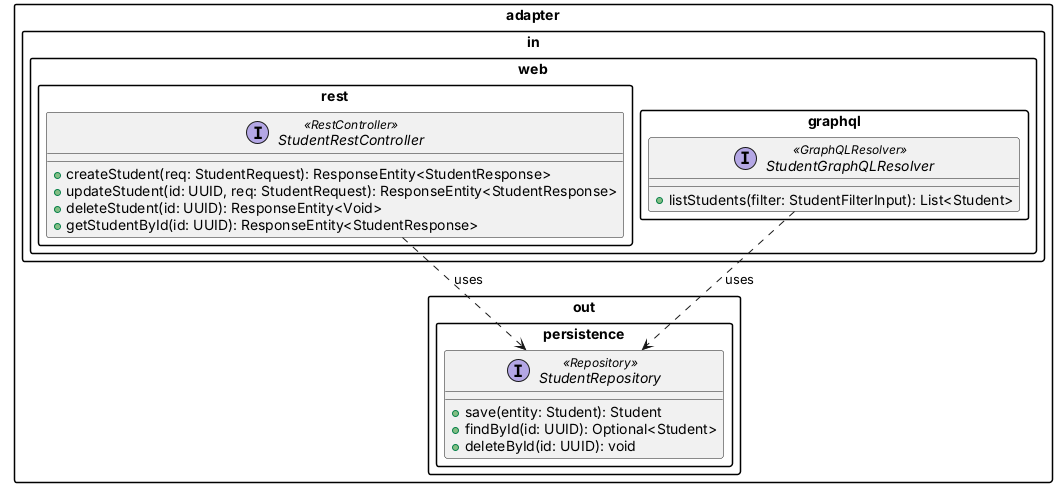
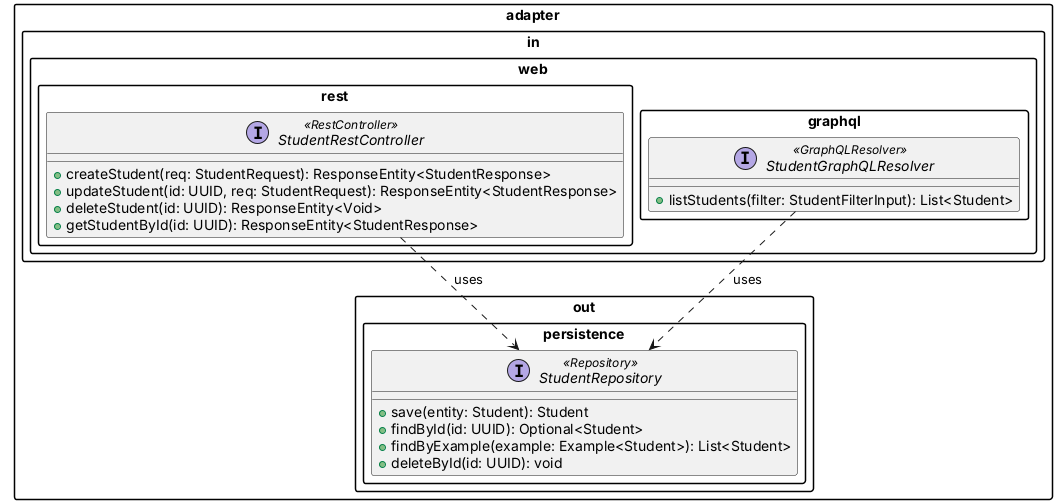
@startuml student_contract

!pragma layout smetana
skinparam packageStyle rectangle
skinparam defaultFontName Inter

package "adapter.in.web.rest" {
  interface "StudentRestController" <<RestController>> {
    + createStudent(req: StudentRequest): ResponseEntity<StudentResponse>
    + updateStudent(id: UUID, req: StudentRequest): ResponseEntity<StudentResponse>
    + deleteStudent(id: UUID): ResponseEntity<Void>
    + getStudentById(id: UUID): ResponseEntity<StudentResponse>
  }
}

package "adapter.in.web.graphql" {
  interface "StudentGraphQLResolver" <<GraphQLResolver>> {
    + listStudents(filter: StudentFilterInput): List<Student>
  }
}

package "adapter.out.persistence" {
  interface "StudentRepository" <<Repository>> {
    + save(entity: Student): Student
    + findById(id: UUID): Optional<Student>
+     + findByExample(example: Example<Student>): List<Student>
    + deleteById(id: UUID): void
  }
}

' === Dependency Arrows ===
"StudentRestController"  ..> "StudentRepository" : uses
"StudentGraphQLResolver" ..> "StudentRepository" : uses

@enduml
